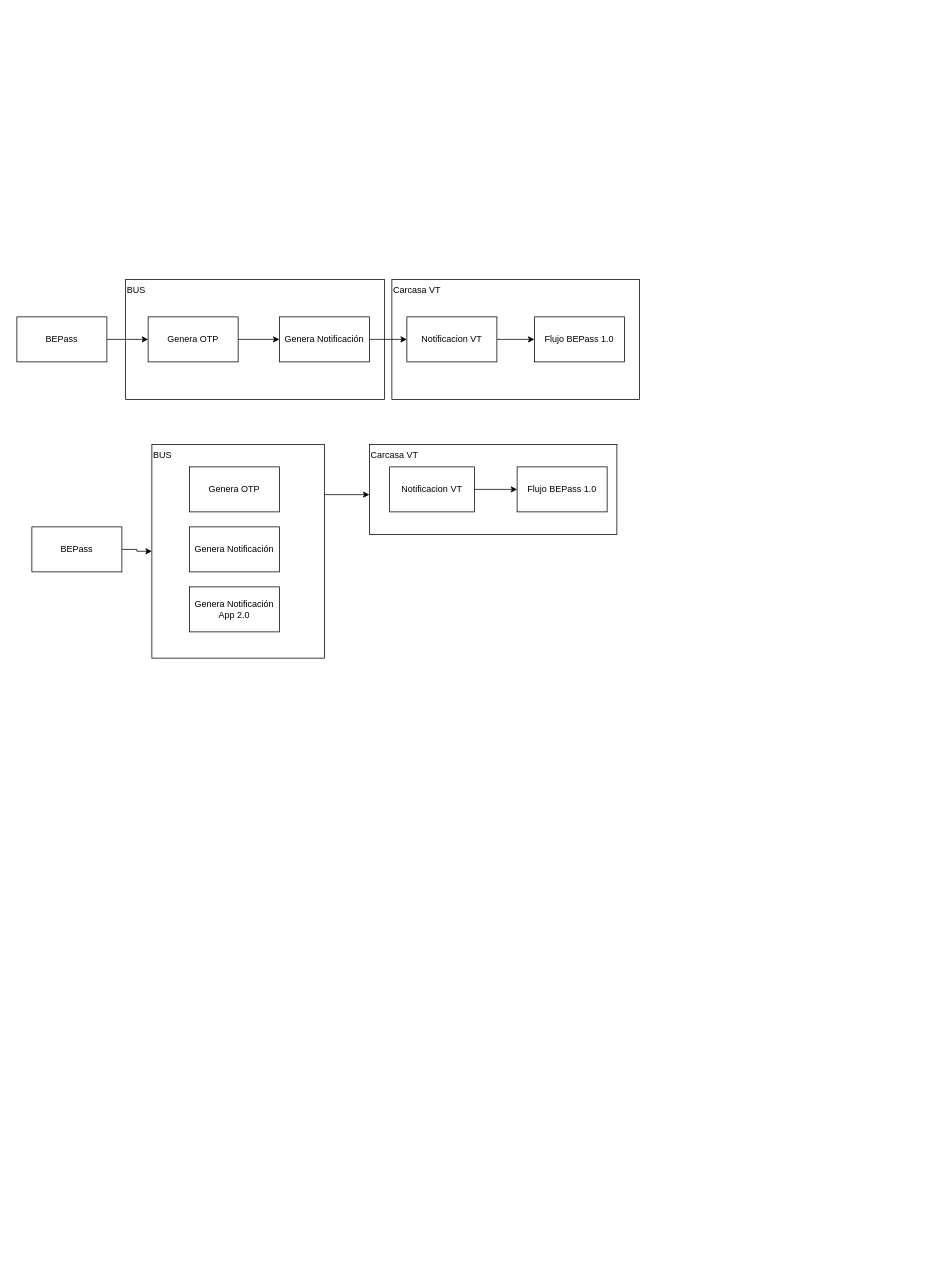
toryas/branching-bech keeps this draw.io diagram as BEPass.drawio. Above is the earlier version. Source tidied: cells renumbered, new cells numbered last; positions are measured from the earlier drawing's top-left corner, leaving out a move shared by most shapes. Both pictures are drawn from the tidied source at 75%, with x=0, y=0 at pixel (16, 279).
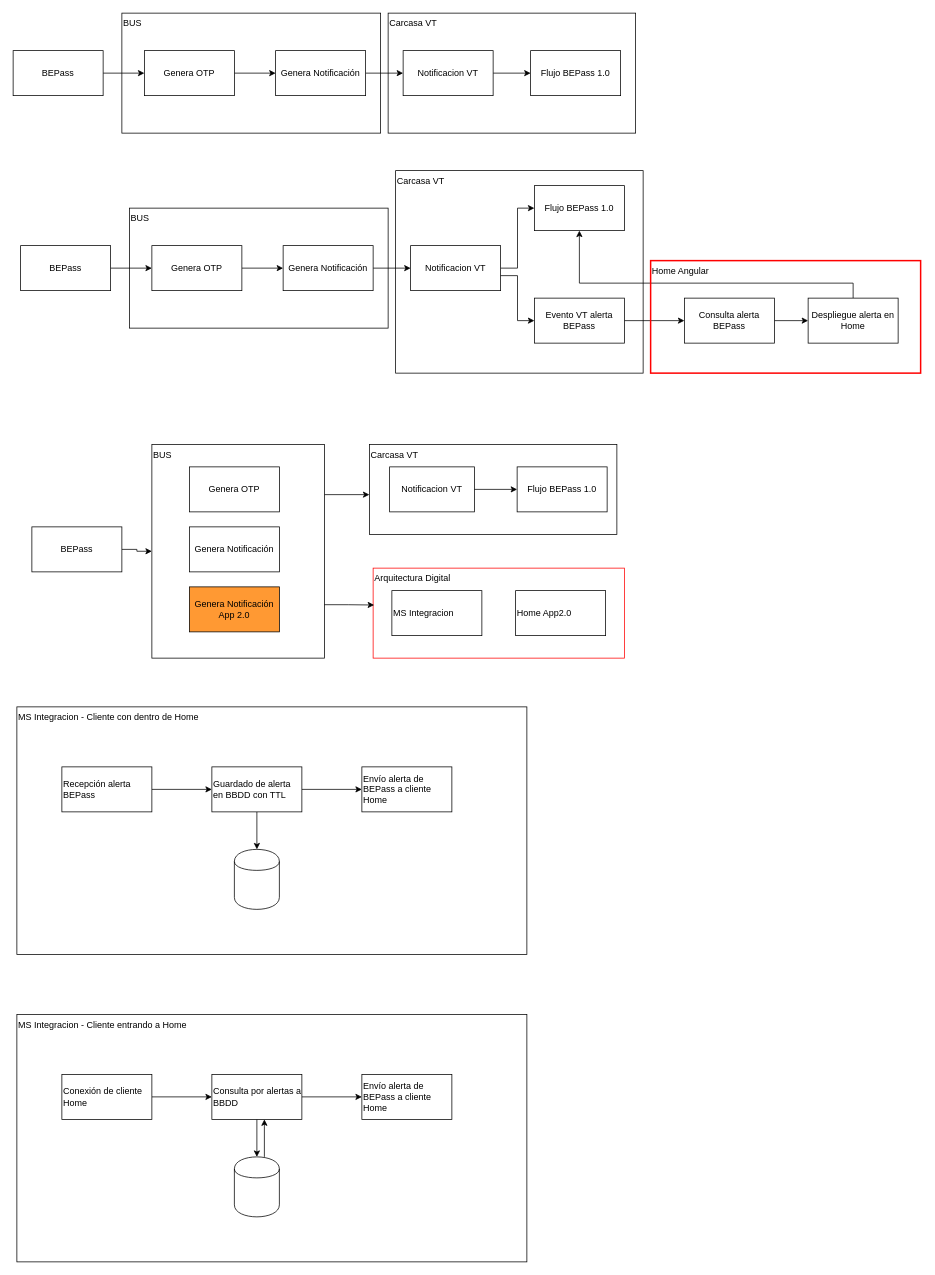
Above is the later version.

Unchanged cells that the change refers to:
```xml
<mxCell id="4" value="BUS&lt;br&gt;" style="rounded=0;whiteSpace=wrap;html=1;align=left;verticalAlign=top;" parent="1" vertex="1">
  <mxGeometry x="180" y="220" width="230" height="285" as="geometry" />
</mxCell>
```

What changed in the source:
```diff
@@
+    <mxCell id="24" value="MS Integracion - Cliente con dentro de Home" style="rounded=0;whiteSpace=wrap;html=1;align=left;verticalAlign=top;" parent="1" vertex="1">
+      <mxGeometry y="570" width="680" height="330" as="geometry" />
+    </mxCell>
@@
     <mxCell id="5" value="BUS&lt;br&gt;" style="rounded=0;whiteSpace=wrap;html=1;align=left;verticalAlign=top;" parent="1" vertex="1">
-      <mxGeometry x="145" width="345" height="160" as="geometry" />
+      <mxGeometry x="140" y="-355" width="345" height="160" as="geometry" />
     </mxCell>
     <mxCell id="6" value="&lt;div style=&quot;text-align: left&quot;&gt;&lt;span&gt;Carcasa VT&lt;/span&gt;&lt;/div&gt;" style="rounded=0;whiteSpace=wrap;html=1;verticalAlign=top;align=left;" parent="1" vertex="1">
-      <mxGeometry x="500" width="330" height="160" as="geometry" />
+      <mxGeometry x="495" y="-355" width="330" height="160" as="geometry" />
     </mxCell>
@@
     <mxCell id="8" value="BEPass" style="rounded=0;whiteSpace=wrap;html=1;" parent="1" vertex="1">
-      <mxGeometry y="50" width="120" height="60" as="geometry" />
+      <mxGeometry x="-5" y="-305" width="120" height="60" as="geometry" />
     </mxCell>
@@
     <mxCell id="10" value="Genera OTP&lt;br&gt;" style="rounded=0;whiteSpace=wrap;html=1;" parent="1" vertex="1">
-      <mxGeometry x="175" y="50" width="120" height="60" as="geometry" />
+      <mxGeometry x="170" y="-305" width="120" height="60" as="geometry" />
     </mxCell>
@@
     <mxCell id="12" value="Genera Notificación" style="rounded=0;whiteSpace=wrap;html=1;" parent="1" vertex="1">
-      <mxGeometry x="350" y="50" width="120" height="60" as="geometry" />
+      <mxGeometry x="345" y="-305" width="120" height="60" as="geometry" />
     </mxCell>
@@
     <mxCell id="14" value="Notificacion VT" style="rounded=0;whiteSpace=wrap;html=1;" parent="1" vertex="1">
-      <mxGeometry x="520" y="50" width="120" height="60" as="geometry" />
+      <mxGeometry x="515" y="-305" width="120" height="60" as="geometry" />
     </mxCell>
     <mxCell id="15" value="Flujo BEPass 1.0&lt;br&gt;" style="rounded=0;whiteSpace=wrap;html=1;" parent="1" vertex="1">
-      <mxGeometry x="690" y="50" width="120" height="60" as="geometry" />
+      <mxGeometry x="685" y="-305" width="120" height="60" as="geometry" />
     </mxCell>
@@
-    <mxCell id="20" value="Genera Notificación App 2.0" style="rounded=0;whiteSpace=wrap;html=1;" parent="1" vertex="1">
+    <mxCell id="20" value="Genera Notificación App 2.0" style="rounded=0;whiteSpace=wrap;html=1;fillColor=#FF9933;" parent="1" vertex="1">
       <mxGeometry x="230" y="410" width="120" height="60" as="geometry" />
     </mxCell>
@@
+    <mxCell id="25" value="&lt;div style=&quot;text-align: left&quot;&gt;&lt;span&gt;Arquitectura Digital&lt;/span&gt;&lt;/div&gt;" style="rounded=0;whiteSpace=wrap;html=1;verticalAlign=top;align=left;strokeColor=#FF0000;" parent="1" vertex="1">
+      <mxGeometry x="475" y="385" width="335" height="120" as="geometry" />
+    </mxCell>
+    <mxCell id="26" style="edgeStyle=orthogonalEdgeStyle;rounded=0;jettySize=auto;html=1;exitX=1;exitY=0.75;exitDx=0;exitDy=0;entryX=0.004;entryY=0.41;entryDx=0;entryDy=0;entryPerimeter=0;" parent="1" edge="1" source="4" target="25">
+      <mxGeometry relative="1" as="geometry" />
+    </mxCell>
+    <mxCell id="27" value="MS Integracion" style="rounded=0;whiteSpace=wrap;html=1;align=left;" parent="1" vertex="1">
+      <mxGeometry x="500" y="415" width="120" height="60" as="geometry" />
+    </mxCell>
+    <mxCell id="28" value="Home App2.0" style="rounded=0;whiteSpace=wrap;html=1;align=left;" parent="1" vertex="1">
+      <mxGeometry x="665" y="415" width="120" height="60" as="geometry" />
+    </mxCell>
+    <mxCell id="29" style="edgeStyle=orthogonalEdgeStyle;rounded=0;jettySize=auto;html=1;" parent="1" edge="1" source="30" target="33">
+      <mxGeometry relative="1" as="geometry" />
+    </mxCell>
+    <mxCell id="30" value="Recepción alerta BEPass" style="rounded=0;whiteSpace=wrap;html=1;align=left;" parent="1" vertex="1">
+      <mxGeometry x="60" y="650" width="120" height="60" as="geometry" />
+    </mxCell>
+    <mxCell id="31" style="edgeStyle=orthogonalEdgeStyle;rounded=0;jettySize=auto;html=1;" parent="1" edge="1" source="33" target="35">
+      <mxGeometry relative="1" as="geometry" />
+    </mxCell>
+    <mxCell id="32" style="edgeStyle=orthogonalEdgeStyle;rounded=0;jettySize=auto;html=1;" parent="1" edge="1" source="33" target="34">
+      <mxGeometry relative="1" as="geometry" />
+    </mxCell>
+    <mxCell id="33" value="Guardado de alerta en BBDD con TTL" style="rounded=0;whiteSpace=wrap;html=1;align=left;" parent="1" vertex="1">
+      <mxGeometry x="260" y="650" width="120" height="60" as="geometry" />
+    </mxCell>
+    <mxCell id="34" value="Envío alerta de BEPass a cliente Home" style="rounded=0;whiteSpace=wrap;html=1;align=left;" parent="1" vertex="1">
+      <mxGeometry x="460" y="650" width="120" height="60" as="geometry" />
+    </mxCell>
+    <mxCell id="35" style="shape=cylinder;whiteSpace=wrap;html=1;boundedLbl=1;backgroundOutline=1;align=left;" parent="1" vertex="1">
+      <mxGeometry x="290" y="760" width="60" height="80" as="geometry" />
+    </mxCell>
+    <mxCell id="36" value="MS Integracion - Cliente entrando a Home" style="rounded=0;whiteSpace=wrap;html=1;align=left;verticalAlign=top;" parent="1" vertex="1">
+      <mxGeometry y="980" width="680" height="330" as="geometry" />
+    </mxCell>
+    <mxCell id="37" style="edgeStyle=orthogonalEdgeStyle;rounded=0;jettySize=auto;html=1;" parent="1" edge="1" source="38" target="41">
+      <mxGeometry relative="1" as="geometry" />
+    </mxCell>
+    <mxCell id="38" value="Conexión de cliente Home" style="rounded=0;whiteSpace=wrap;html=1;align=left;" parent="1" vertex="1">
+      <mxGeometry x="60" y="1060" width="120" height="60" as="geometry" />
+    </mxCell>
+    <mxCell id="39" style="edgeStyle=orthogonalEdgeStyle;rounded=0;jettySize=auto;html=1;" parent="1" edge="1" source="41" target="43">
+      <mxGeometry relative="1" as="geometry" />
+    </mxCell>
+    <mxCell id="40" style="edgeStyle=orthogonalEdgeStyle;rounded=0;jettySize=auto;html=1;" parent="1" edge="1" source="41" target="42">
+      <mxGeometry relative="1" as="geometry" />
+    </mxCell>
+    <mxCell id="41" value="Consulta por alertas a BBDD" style="rounded=0;whiteSpace=wrap;html=1;align=left;" parent="1" vertex="1">
+      <mxGeometry x="260" y="1060" width="120" height="60" as="geometry" />
+    </mxCell>
+    <mxCell id="42" value="Envío alerta de BEPass a cliente Home" style="rounded=0;whiteSpace=wrap;html=1;align=left;" parent="1" vertex="1">
+      <mxGeometry x="460" y="1060" width="120" height="60" as="geometry" />
+    </mxCell>
+    <mxCell id="43" style="shape=cylinder;whiteSpace=wrap;html=1;boundedLbl=1;backgroundOutline=1;align=left;" parent="1" vertex="1">
+      <mxGeometry x="290" y="1170" width="60" height="80" as="geometry" />
+    </mxCell>
+    <mxCell id="44" style="edgeStyle=orthogonalEdgeStyle;rounded=0;orthogonalLoop=1;jettySize=auto;html=1;" parent="1" edge="1">
+      <mxGeometry relative="1" as="geometry">
+        <mxPoint x="330" y="1170" as="sourcePoint" />
+        <mxPoint x="330" y="1120" as="targetPoint" />
+        <Array as="points">
+          <mxPoint x="330" y="1130" />
+          <mxPoint x="330" y="1130" />
+        </Array>
+      </mxGeometry>
+    </mxCell>
+    <mxCell id="45" value="BUS&lt;br&gt;" style="rounded=0;whiteSpace=wrap;html=1;align=left;verticalAlign=top;" parent="1" vertex="1">
+      <mxGeometry x="150" y="-95" width="345" height="160" as="geometry" />
+    </mxCell>
+    <mxCell id="46" value="&lt;div style=&quot;text-align: left&quot;&gt;&lt;span&gt;Carcasa VT&lt;/span&gt;&lt;/div&gt;" style="rounded=0;whiteSpace=wrap;html=1;verticalAlign=top;align=left;" parent="1" vertex="1">
+      <mxGeometry x="505" y="-145" width="330" height="270" as="geometry" />
+    </mxCell>
+    <mxCell id="47" style="edgeStyle=orthogonalEdgeStyle;rounded=0;jettySize=auto;html=1;" parent="1" edge="1" source="48" target="50">
+      <mxGeometry relative="1" as="geometry" />
+    </mxCell>
+    <mxCell id="48" value="BEPass" style="rounded=0;whiteSpace=wrap;html=1;" parent="1" vertex="1">
+      <mxGeometry x="5" y="-45" width="120" height="60" as="geometry" />
+    </mxCell>
+    <mxCell id="49" style="edgeStyle=orthogonalEdgeStyle;rounded=0;jettySize=auto;html=1;" parent="1" edge="1" source="50" target="52">
+      <mxGeometry relative="1" as="geometry" />
+    </mxCell>
+    <mxCell id="50" value="Genera OTP&lt;br&gt;" style="rounded=0;whiteSpace=wrap;html=1;" parent="1" vertex="1">
+      <mxGeometry x="180" y="-45" width="120" height="60" as="geometry" />
+    </mxCell>
+    <mxCell id="51" style="edgeStyle=orthogonalEdgeStyle;rounded=0;jettySize=auto;html=1;" parent="1" edge="1" source="52" target="54">
+      <mxGeometry relative="1" as="geometry" />
+    </mxCell>
+    <mxCell id="52" value="Genera Notificación" style="rounded=0;whiteSpace=wrap;html=1;" parent="1" vertex="1">
+      <mxGeometry x="355" y="-45" width="120" height="60" as="geometry" />
+    </mxCell>
+    <mxCell id="53" style="edgeStyle=orthogonalEdgeStyle;rounded=0;jettySize=auto;html=1;entryX=0;entryY=0.5;entryDx=0;entryDy=0;" parent="1" edge="1" source="54" target="55">
+      <mxGeometry relative="1" as="geometry" />
+    </mxCell>
+    <mxCell id="54" value="Notificacion VT" style="rounded=0;whiteSpace=wrap;html=1;" parent="1" vertex="1">
+      <mxGeometry x="525" y="-45" width="120" height="60" as="geometry" />
+    </mxCell>
+    <mxCell id="55" value="Flujo BEPass 1.0&lt;br&gt;" style="rounded=0;whiteSpace=wrap;html=1;" parent="1" vertex="1">
+      <mxGeometry x="690" y="-125" width="120" height="60" as="geometry" />
+    </mxCell>
+    <mxCell id="56" style="edgeStyle=orthogonalEdgeStyle;rounded=0;jettySize=auto;html=1;" parent="1" edge="1" source="57" target="59">
+      <mxGeometry relative="1" as="geometry" />
+    </mxCell>
+    <mxCell id="57" value="Evento VT alerta BEPass" style="rounded=0;whiteSpace=wrap;html=1;" parent="1" vertex="1">
+      <mxGeometry x="690" y="25" width="120" height="60" as="geometry" />
+    </mxCell>
+    <mxCell id="58" style="edgeStyle=orthogonalEdgeStyle;rounded=0;jettySize=auto;html=1;" parent="1" edge="1" source="59" target="61">
+      <mxGeometry relative="1" as="geometry" />
+    </mxCell>
+    <mxCell id="59" value="Consulta alerta BEPass" style="rounded=0;whiteSpace=wrap;html=1;" parent="1" vertex="1">
+      <mxGeometry x="890" y="25" width="120" height="60" as="geometry" />
+    </mxCell>
+    <mxCell id="60" style="edgeStyle=orthogonalEdgeStyle;rounded=0;jettySize=auto;html=1;entryX=0.5;entryY=1;entryDx=0;entryDy=0;" parent="1" edge="1" source="61" target="55">
+      <mxGeometry relative="1" as="geometry">
+        <Array as="points">
+          <mxPoint x="1115" y="5" />
+          <mxPoint x="750" y="5" />
+        </Array>
+      </mxGeometry>
+    </mxCell>
+    <mxCell id="61" value="Despliegue alerta en Home" style="rounded=0;whiteSpace=wrap;html=1;" parent="1" vertex="1">
+      <mxGeometry x="1055" y="25" width="120" height="60" as="geometry" />
+    </mxCell>
+    <mxCell id="62" style="edgeStyle=orthogonalEdgeStyle;rounded=0;jettySize=auto;html=1;entryX=0;entryY=0.5;entryDx=0;entryDy=0;exitX=1;exitY=0.667;exitDx=0;exitDy=0;exitPerimeter=0;" parent="1" edge="1" source="54" target="57">
+      <mxGeometry relative="1" as="geometry" />
+    </mxCell>
+    <mxCell id="63" value="Home Angular" style="rounded=0;whiteSpace=wrap;html=1;strokeColor=#FF0000;strokeWidth=2;fillColor=none;align=left;verticalAlign=top;" parent="1" vertex="1">
+      <mxGeometry x="845" y="-25" width="360" height="150" as="geometry" />
+    </mxCell>
```
